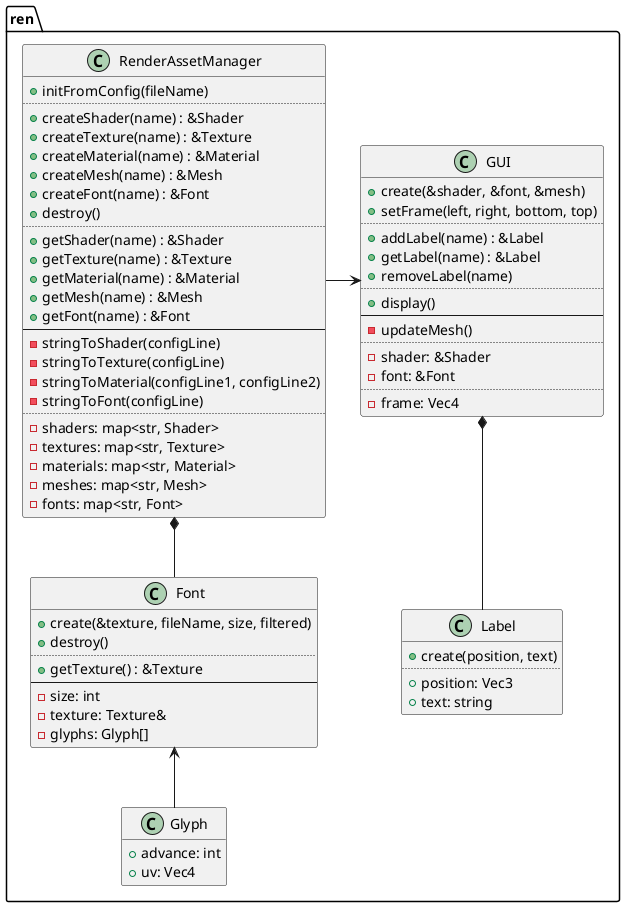
Above: design/label.png in ba6er/marblemaze (PlantUML), before the change. Its diagram source:
```plantuml
@startuml
set separator ::

class ren::Glyph {
	+advance: int
	+uv: Vec4
}
hide Glyph methods

class ren::Font {
	+create(&texture, fileName, size, filtered)
	+destroy()
	..
	+getTexture() : &Texture
	--
	-size: int
	-texture: Texture&
	-glyphs: Glyph[]
}

class ren::RenderAssetManager {
	+initFromConfig(fileName)
	..
	+createShader(name) : &Shader
	+createTexture(name) : &Texture
	+createMaterial(name) : &Material
	+createMesh(name) : &Mesh
	+createFont(name) : &Font
	+destroy()
	..
	+getShader(name) : &Shader
	+getTexture(name) : &Texture
	+getMaterial(name) : &Material
	+getMesh(name) : &Mesh
	+getFont(name) : &Font
	--
	-stringToShader(configLine)
	-stringToTexture(configLine)
	-stringToMaterial(configLine1, configLine2)
	-stringToFont(configLine)
	..
	-shaders: map<str, Shader>
	-textures: map<str, Texture>
	-materials: map<str, Material>
	-meshes: map<str, Mesh>
	-fonts: map<str, Font>
}

class ren::GUI {
	+create(&shader, &font, &mesh)
	+setFrame(left, right, bottom, top)
	..
	+addLabel(name) : &Label
	+getLabel(name) : &Label
	+removeLabel(name)
	..
	+display()
	--
	-updateMesh()
	..
	-shader: &Shader
	-font: &Font
	..
	-frame: Vec4
}

class ren::Label {
	+create(position, text)
	..
	+position: Vec3
	+text: string
}

Font <-- Glyph
RenderAssetManager *-down- Font

GUI <-left- RenderAssetManager
GUI *-down- Label

@enduml
```
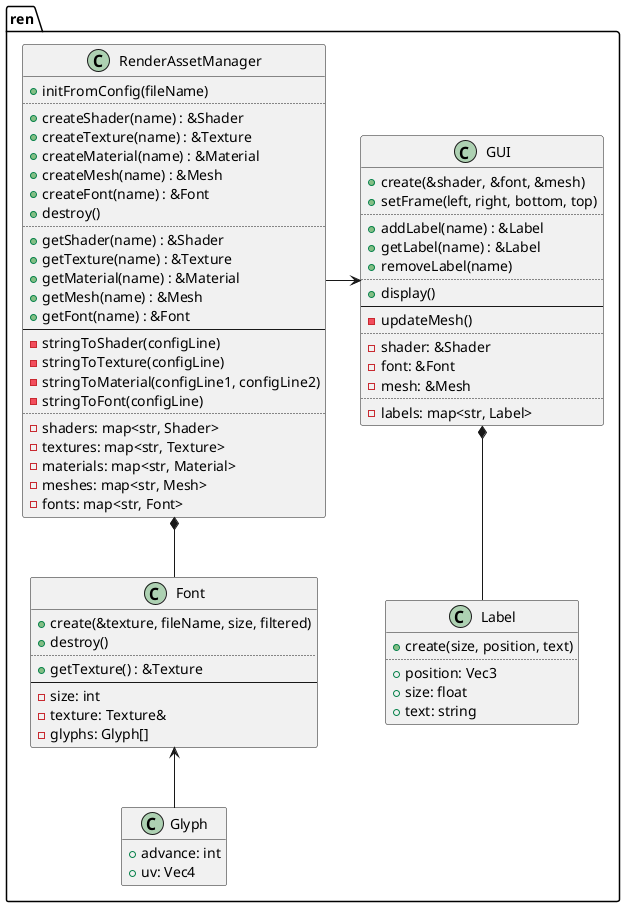
Later version of the same file.

Diff of the diagram source:
```diff
@@ -60,14 +60,16 @@
 	..
 	-shader: &Shader
 	-font: &Font
+	-mesh: &Mesh
 	..
-	-frame: Vec4
+	-labels: map<str, Label>
 }
 
 class ren::Label {
-	+create(position, text)
+	+create(size, position, text)
 	..
 	+position: Vec3
+	+size: float
 	+text: string
 }
 
```
